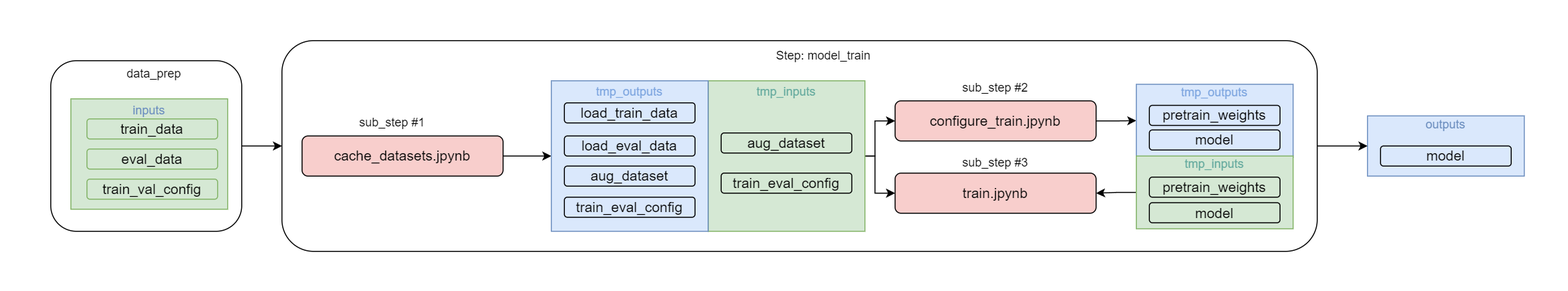
The draw.io diagram imgs/model_train_interface.drawio.png in 4-DS/obj_detect_rest-model_train, before a commit. Source tidied: cells renumbered, new cells last; positions are measured from the earlier drawing's top-left corner, leaving out a move shared by most shapes.
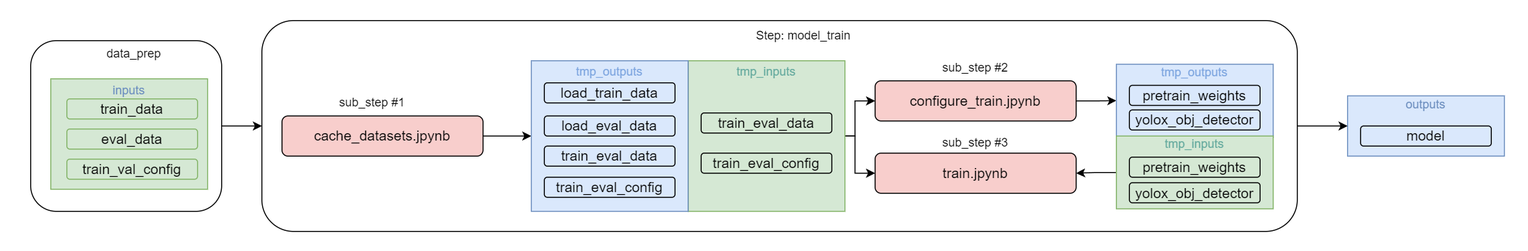
The same file after the commit.

What changed in the source:
```diff
@@ -57,7 +57,7 @@
     <mxCell id="16" value="&lt;font style=&quot;font-size: 14px;&quot;&gt;train.jpynb&lt;/font&gt;" style="rounded=1;whiteSpace=wrap;html=1;fillColor=#f8cecc;strokeColor=#000000;strokeWidth=1;" parent="1" vertex="1">
       <mxGeometry x="870" y="152" width="200" height="40" as="geometry" />
     </mxCell>
-    <mxCell id="17" value="&lt;font style=&quot;font-size: 14px;&quot;&gt;aug_dataset&lt;/font&gt;" style="rounded=1;whiteSpace=wrap;html=1;fillColor=#d5e8d4;strokeColor=#000000;strokeWidth=1;" parent="1" vertex="1">
+    <mxCell id="17" value="&lt;font style=&quot;font-size: 14px;&quot;&gt;train_eval_data&lt;/font&gt;" style="rounded=1;whiteSpace=wrap;html=1;fillColor=#d5e8d4;strokeColor=#000000;strokeWidth=1;" parent="1" vertex="1">
       <mxGeometry x="697" y="112" width="130" height="20" as="geometry" />
     </mxCell>
     <mxCell id="18" value="&lt;font style=&quot;font-size: 14px;&quot;&gt;train_eval_config&lt;/font&gt;" style="rounded=1;whiteSpace=wrap;html=1;fillColor=#d5e8d4;strokeColor=#000000;strokeWidth=1;" parent="1" vertex="1">
@@ -87,7 +87,7 @@
     <mxCell id="26" style="edgeStyle=orthogonalEdgeStyle;rounded=0;jettySize=auto;html=1;entryX=0;entryY=0.5;entryDx=0;entryDy=0;" parent="1" edge="1" source="20" target="3">
       <mxGeometry relative="1" as="geometry" />
     </mxCell>
-    <mxCell id="27" value="&lt;font style=&quot;font-size: 14px;&quot;&gt;aug_dataset&lt;/font&gt;" style="rounded=1;whiteSpace=wrap;html=1;fillColor=#dae8fc;strokeColor=#000000;strokeWidth=1;" parent="1" vertex="1">
+    <mxCell id="27" value="&lt;font style=&quot;font-size: 14px;&quot;&gt;train_eval_data&lt;/font&gt;" style="rounded=1;whiteSpace=wrap;html=1;fillColor=#dae8fc;strokeColor=#000000;strokeWidth=1;" parent="1" vertex="1">
       <mxGeometry x="541" y="145" width="130" height="20" as="geometry" />
     </mxCell>
     <mxCell id="28" style="group;" parent="1" vertex="1">
@@ -117,7 +117,7 @@
     <mxCell id="36" style="edgeStyle=orthogonalEdgeStyle;rounded=0;jettySize=auto;html=1;entryX=1;entryY=0.5;entryDx=0;entryDy=0;startArrow=classic;startFill=1;endArrow=none;endFill=0;" parent="1" edge="1" source="29" target="3">
       <mxGeometry relative="1" as="geometry" />
     </mxCell>
-    <mxCell id="37" value="&lt;font style=&quot;font-size: 14px;&quot;&gt;model&lt;/font&gt;" style="rounded=1;whiteSpace=wrap;html=1;fillColor=#dae8fc;strokeColor=#000000;strokeWidth=1;" parent="1" vertex="1">
+    <mxCell id="37" value="&lt;font style=&quot;font-size: 14px;&quot;&gt;yolox_obj_detector&lt;/font&gt;" style="rounded=1;whiteSpace=wrap;html=1;fillColor=#dae8fc;strokeColor=#000000;strokeWidth=1;" parent="1" vertex="1">
       <mxGeometry x="1123" y="109" width="130" height="20" as="geometry" />
     </mxCell>
     <mxCell id="38" style="edgeStyle=orthogonalEdgeStyle;rounded=0;jettySize=auto;html=1;entryX=1;entryY=0.5;entryDx=0;entryDy=0;" parent="1" edge="1" source="39" target="16">
@@ -129,7 +129,7 @@
     <mxCell id="40" value="&lt;font style=&quot;font-size: 14px;&quot;&gt;pretrain_weights&lt;/font&gt;" style="rounded=1;whiteSpace=wrap;html=1;fillColor=#d5e8d4;strokeColor=#000000;strokeWidth=1;" parent="1" vertex="1">
       <mxGeometry x="1123" y="156" width="130" height="20" as="geometry" />
     </mxCell>
-    <mxCell id="41" value="&lt;font style=&quot;font-size: 14px;&quot;&gt;model&lt;/font&gt;" style="rounded=1;whiteSpace=wrap;html=1;fillColor=#d5e8d4;strokeColor=#000000;strokeWidth=1;" parent="1" vertex="1">
+    <mxCell id="41" value="&lt;font style=&quot;font-size: 14px;&quot;&gt;yolox_obj_detector&lt;/font&gt;" style="rounded=1;whiteSpace=wrap;html=1;fillColor=#d5e8d4;strokeColor=#000000;strokeWidth=1;" parent="1" vertex="1">
       <mxGeometry x="1123" y="181.5" width="130" height="20" as="geometry" />
     </mxCell>
   </root>
```
